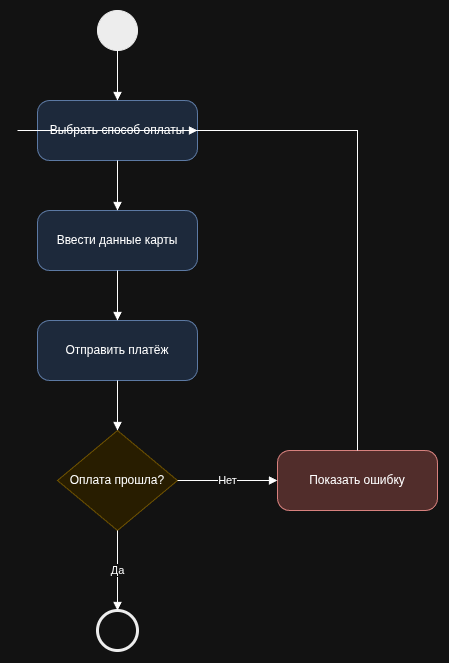
Earlier version of the draw.io export lab1/diagrams/activity-uml.png (merxsai/visual-programming-labs-gavrilovets). Source tidied: cells renumbered, new cells last; positions are measured from the earlier drawing's top-left corner, leaving out a move shared by most shapes.
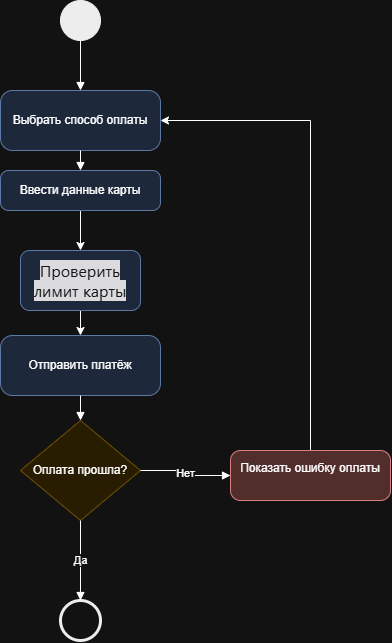
The same diagram one commit later.

Commit message:
Update UML Activity: add minor element

The edit, as a diff of the source:
```diff
@@ -8,17 +8,27 @@
     <mxCell id="3" value="Выбрать способ оплаты" style="rounded=1;whiteSpace=wrap;html=1;arcSize=20;fillColor=#dae8fc;strokeColor=#6c8ebf;" parent="1" vertex="1">
       <mxGeometry x="20" y="90" width="160" height="60" as="geometry" />
     </mxCell>
+    <mxCell id="16" style="edgeStyle=orthogonalEdgeStyle;rounded=0;jettySize=auto;html=1;defaultLabelBackgroundColor=page;" parent="1" edge="1" source="4" target="18">
+      <mxGeometry relative="1" as="geometry" />
+    </mxCell>
     <mxCell id="4" value="Ввести данные карты" style="rounded=1;whiteSpace=wrap;html=1;arcSize=20;fillColor=#dae8fc;strokeColor=#6c8ebf;" parent="1" vertex="1">
-      <mxGeometry x="20" y="200" width="160" height="60" as="geometry" />
+      <mxGeometry x="20" y="170" width="160" height="40" as="geometry" />
     </mxCell>
     <mxCell id="5" value="Отправить платёж" style="rounded=1;whiteSpace=wrap;html=1;arcSize=20;fillColor=#dae8fc;strokeColor=#6c8ebf;" parent="1" vertex="1">
-      <mxGeometry x="20" y="310" width="160" height="60" as="geometry" />
+      <mxGeometry x="20" y="335" width="160" height="60" as="geometry" />
     </mxCell>
     <mxCell id="6" value="Оплата прошла?" style="rhombus;whiteSpace=wrap;html=1;fillColor=#fff2cc;strokeColor=#d6b656;" parent="1" vertex="1">
       <mxGeometry x="40" y="420" width="120" height="100" as="geometry" />
     </mxCell>
+    <mxCell id="15" style="edgeStyle=orthogonalEdgeStyle;rounded=0;jettySize=auto;html=1;defaultLabelBackgroundColor=page;entryX=1;entryY=0.5;entryDx=0;entryDy=0;" parent="1" edge="1" source="7" target="3">
+      <mxGeometry relative="1" as="geometry">
+        <Array as="points">
+          <mxPoint x="330" y="120" />
+        </Array>
+      </mxGeometry>
+    </mxCell>
-    <mxCell id="7" value="Показать ошибку" style="rounded=1;whiteSpace=wrap;html=1;arcSize=20;fillColor=#f8cecc;strokeColor=#b85450;" parent="1" vertex="1">
-      <mxGeometry x="260" y="440" width="160" height="60" as="geometry" />
+    <mxCell id="7" value="Показать ошибку оплаты&lt;div&gt;&lt;br&gt;&lt;/div&gt;" style="rounded=1;whiteSpace=wrap;html=1;arcSize=20;fillColor=#f8cecc;strokeColor=#b85450;" parent="1" vertex="1">
+      <mxGeometry x="250" y="450" width="160" height="50" as="geometry" />
     </mxCell>
     <mxCell id="8" style="ellipse;whiteSpace=wrap;html=1;fillColor=#ffffff;strokeColor=#000000;strokeWidth=3;" parent="1" vertex="1">
       <mxGeometry x="80" y="600" width="40" height="40" as="geometry" />
@@ -29,9 +39,6 @@
     <mxCell id="10" style="edgeStyle=orthogonalEdgeStyle;rounded=0;html=1;endArrow=block;endFill=1;" parent="1" edge="1" source="3" target="4">
       <mxGeometry relative="1" as="geometry" />
     </mxCell>
-    <mxCell id="11" style="edgeStyle=orthogonalEdgeStyle;rounded=0;html=1;endArrow=block;endFill=1;" parent="1" edge="1" source="4" target="5">
-      <mxGeometry relative="1" as="geometry" />
-    </mxCell>
     <mxCell id="12" style="edgeStyle=orthogonalEdgeStyle;rounded=0;html=1;endArrow=block;endFill=1;" parent="1" edge="1" source="5" target="6">
       <mxGeometry relative="1" as="geometry" />
     </mxCell>
@@ -41,13 +48,11 @@
     <mxCell id="14" value="Нет" style="edgeStyle=orthogonalEdgeStyle;rounded=0;html=1;endArrow=block;endFill=1;" parent="1" edge="1" source="6" target="7">
       <mxGeometry relative="1" as="geometry" />
     </mxCell>
-    <mxCell id="15" style="edgeStyle=orthogonalEdgeStyle;rounded=0;html=1;endArrow=block;endFill=1;exitX=0.5;exitY=0;exitDx=0;exitDy=0;entryX=1;entryY=0.5;entryDx=0;entryDy=0;" parent="1" edge="1" source="7" target="3">
-      <mxGeometry relative="1" as="geometry">
-        <Array as="points">
-          <mxPoint x="340" y="120" />
-          <mxPoint y="120" />
-        </Array>
-      </mxGeometry>
-    </mxCell>
+    <mxCell id="17" style="edgeStyle=orthogonalEdgeStyle;rounded=0;jettySize=auto;html=1;entryX=0.5;entryY=0;entryDx=0;entryDy=0;defaultLabelBackgroundColor=page;" parent="1" edge="1" source="18" target="5">
+      <mxGeometry relative="1" as="geometry" />
+    </mxCell>
+    <mxCell id="18" value="&lt;span style=&quot;color: rgb(249, 250, 251); font-family: quote-cjk-patch, Inter, system-ui, -apple-system, BlinkMacSystemFont, &amp;quot;Segoe UI&amp;quot;, Roboto, Oxygen, Ubuntu, Cantarell, &amp;quot;Open Sans&amp;quot;, &amp;quot;Helvetica Neue&amp;quot;, sans-serif; font-size: 16px; text-align: start; background-color: rgb(21, 21, 23);&quot;&gt;Проверить лимит карты&lt;/span&gt;" style="rounded=1;whiteSpace=wrap;html=1;roundedPerimeter=1;fillColor=#dae8fc;strokeColor=#6c8ebf;" parent="1" vertex="1">
+      <mxGeometry x="40" y="250" width="120" height="60" as="geometry" />
+    </mxCell>
   </root>
 </mxGraphModel>
```
